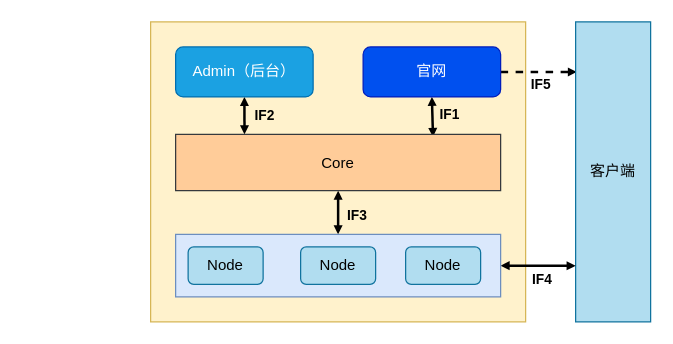
This is page "第 5 页" (5 of 6) of bluary.drawio from zebra-min/my-design, a draw.io file, before an edit. Source tidied: cells renumbered, new cells numbered last; positions are measured from the earlier drawing's top-left corner, leaving out a move shared by most shapes. Both pictures are drawn from the tidied source at 125%, with x=0, y=0 at pixel (150, 21).
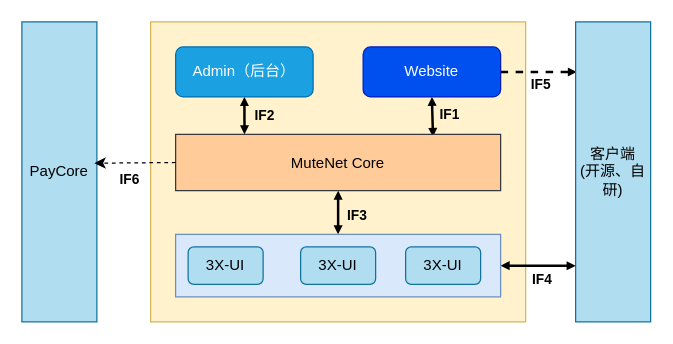
After the change.

Change to the diagram source:
```diff
@@
-    <mxCell id="7" value="官网" style="rounded=1;whiteSpace=wrap;html=1;fillColor=#0050ef;fontColor=#ffffff;strokeColor=#001DBC;" parent="1" vertex="1">
+    <mxCell id="7" value="Website" style="rounded=1;whiteSpace=wrap;html=1;fillColor=#0050ef;fontColor=#ffffff;strokeColor=#001DBC;" parent="1" vertex="1">
       <mxGeometry x="170" y="20" width="110" height="40" as="geometry" />
     </mxCell>
@@
-    <mxCell id="13" value="Core" style="rounded=0;whiteSpace=wrap;html=1;fillColor=#ffcc99;strokeColor=#36393d;" parent="1" vertex="1">
+    <mxCell id="13" value="MuteNet Core" style="rounded=0;whiteSpace=wrap;html=1;fillColor=#ffcc99;strokeColor=#36393d;" parent="1" vertex="1">
       <mxGeometry x="20" y="90" width="260" height="45" as="geometry" />
     </mxCell>
-    <mxCell id="14" value="客户端" style="rounded=0;whiteSpace=wrap;html=1;horizontal=1;verticalAlign=middle;fillColor=#b1ddf0;strokeColor=#10739e;" parent="1" vertex="1">
+    <mxCell id="14" value="客户端&lt;br&gt;(开源、自研)" style="rounded=0;whiteSpace=wrap;html=1;horizontal=1;verticalAlign=middle;fillColor=#b1ddf0;strokeColor=#10739e;" parent="1" vertex="1">
       <mxGeometry x="340" width="60" height="240" as="geometry" />
     </mxCell>
@@
-    <mxCell id="18" value="Node" style="rounded=1;whiteSpace=wrap;html=1;fillColor=#b1ddf0;strokeColor=#10739e;" parent="1" vertex="1">
+    <mxCell id="18" value="3X-UI" style="rounded=1;whiteSpace=wrap;html=1;fillColor=#b1ddf0;strokeColor=#10739e;" parent="1" vertex="1">
       <mxGeometry x="30" y="180" width="60" height="30" as="geometry" />
     </mxCell>
-    <mxCell id="19" value="Node" style="rounded=1;whiteSpace=wrap;html=1;fillColor=#b1ddf0;strokeColor=#10739e;" parent="1" vertex="1">
+    <mxCell id="19" value="3X-UI" style="rounded=1;whiteSpace=wrap;html=1;fillColor=#b1ddf0;strokeColor=#10739e;" parent="1" vertex="1">
       <mxGeometry x="120" y="180" width="60" height="30" as="geometry" />
     </mxCell>
-    <mxCell id="20" value="Node" style="rounded=1;whiteSpace=wrap;html=1;fillColor=#b1ddf0;strokeColor=#10739e;" parent="1" vertex="1">
+    <mxCell id="20" value="3X-UI" style="rounded=1;whiteSpace=wrap;html=1;fillColor=#b1ddf0;strokeColor=#10739e;" parent="1" vertex="1">
       <mxGeometry x="204" y="180" width="60" height="30" as="geometry" />
     </mxCell>
+    <mxCell id="21" value="PayCore" style="rounded=0;whiteSpace=wrap;html=1;horizontal=1;verticalAlign=middle;fillColor=#b1ddf0;strokeColor=#10739e;" parent="1" vertex="1">
+      <mxGeometry x="-103" width="60" height="240" as="geometry" />
+    </mxCell>
+    <mxCell id="22" style="endArrow=classic;html=1;rounded=0;exitX=0;exitY=0.5;exitDx=0;exitDy=0;entryX=0.967;entryY=0.471;entryDx=0;entryDy=0;entryPerimeter=0;dashed=1;" parent="1" edge="1" source="13" target="21">
+      <mxGeometry relative="1" as="geometry" />
+    </mxCell>
+    <mxCell id="23" value="IF6" style="edgeLabel;html=1;align=center;verticalAlign=middle;fontStyle=1;labelBackgroundColor=none;" parent="1" vertex="1">
+      <mxGeometry x="174" y="164" as="geometry">
+        <mxPoint x="-192" y="-39" as="offset" />
+      </mxGeometry>
+    </mxCell>
```
